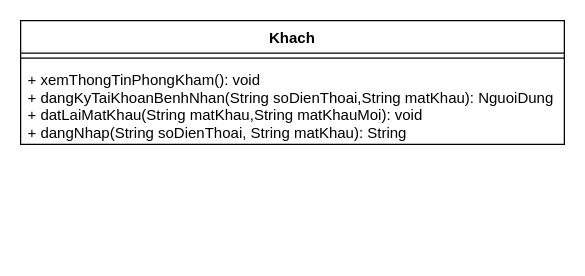
Before: page "Class" (2 of 3) of designs/luc.drawio in luclegen/medicine16, a draw.io diagram. Source tidied: cells renumbered, new cells numbered last; positions are measured from the earlier drawing's top-left corner, leaving out a move shared by most shapes. Both pictures are drawn from the tidied source at 125%, with x=0, y=0 at pixel (20, 20).
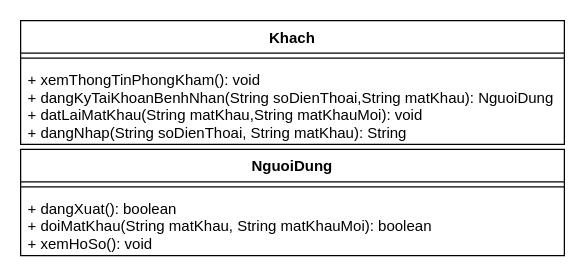
The same diagram, later.

Change to the diagram source:
```diff
@@
 <mxGraphModel>
   <root>
     <mxCell id="0" />
     <mxCell id="1" parent="0" />
     <mxCell id="2" value="Khach" style="swimlane;fontStyle=1;align=center;verticalAlign=top;horizontal=1;startSize=26;" parent="1" vertex="1">
       <mxGeometry width="435" height="99" as="geometry" />
     </mxCell>
     <mxCell id="3" style="line;strokeWidth=1;fillColor=none;align=left;verticalAlign=middle;spacingTop=-1;spacingLeft=3;spacingRight=3;labelPosition=right;" parent="2" vertex="1">
       <mxGeometry y="26" width="435" height="8" as="geometry" />
     </mxCell>
     <mxCell id="4" value="+ xemThongTinPhongKham(): void&#10;+ dangKyTaiKhoanBenhNhan(String soDienThoai,String matKhau): NguoiDung&#10;+ datLaiMatKhau(String matKhau,String matKhauMoi): void&#10;+ dangNhap(String soDienThoai, String matKhau): String" style="text;strokeColor=none;fillColor=none;align=left;verticalAlign=top;spacingLeft=4;spacingRight=4;overflow=hidden;" parent="2" vertex="1">
       <mxGeometry y="34" width="435" height="65" as="geometry" />
     </mxCell>
+    <mxCell id="5" value="NguoiDung" style="swimlane;fontStyle=1;align=center;verticalAlign=top;horizontal=1;startSize=26;" parent="1" vertex="1">
+      <mxGeometry y="103" width="435" height="85" as="geometry" />
+    </mxCell>
+    <mxCell id="6" style="line;strokeWidth=1;fillColor=none;align=left;verticalAlign=middle;spacingTop=-1;spacingLeft=3;spacingRight=3;labelPosition=right;" parent="5" vertex="1">
+      <mxGeometry y="26" width="435" height="8" as="geometry" />
+    </mxCell>
+    <mxCell id="7" value="+ dangXuat(): boolean&#10;+ doiMatKhau(String matKhau, String matKhauMoi): boolean&#10;+ xemHoSo(): void" style="text;strokeColor=none;fillColor=none;align=left;verticalAlign=top;spacingLeft=4;spacingRight=4;overflow=hidden;" parent="5" vertex="1">
+      <mxGeometry y="34" width="435" height="51" as="geometry" />
+    </mxCell>
   </root>
 </mxGraphModel>
```
